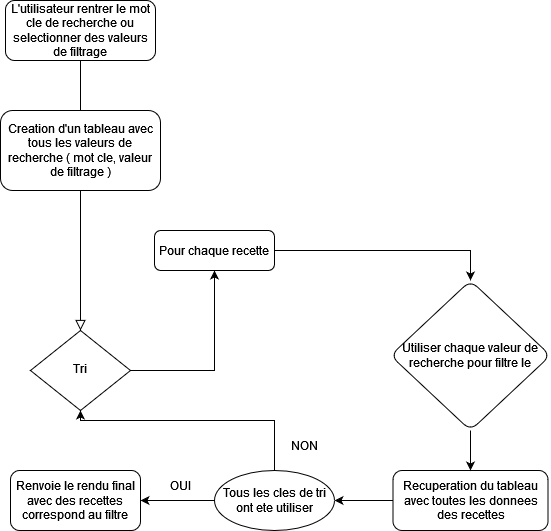
Above: flow_chart_option2.drawio.png in JacquesN16/P7-Search-Algo (draw.io), before the change. Source tidied: cells renumbered, new cells last; positions are measured from the earlier drawing's top-left corner, leaving out a move shared by most shapes.
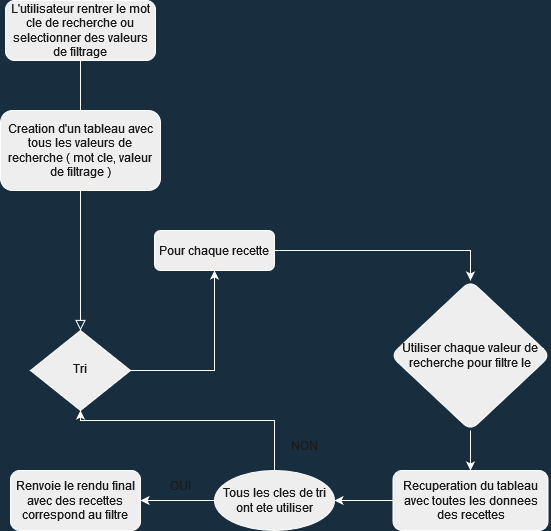
The same diagram one commit later.

Change to the diagram source:
```diff
@@ -1,47 +1,47 @@
-<mxGraphModel>
+<mxGraphModel background="#182E3E">
   <root>
     <mxCell id="0" />
     <mxCell id="1" parent="0" />
-    <mxCell id="2" style="rounded=0;html=1;jettySize=auto;fontSize=11;endArrow=block;endFill=0;endSize=8;strokeWidth=1;shadow=0;labelBackgroundColor=none;edgeStyle=orthogonalEdgeStyle;startArrow=none;" parent="1" edge="1" source="10" target="5">
+    <mxCell id="2" style="rounded=0;html=1;jettySize=auto;fontSize=11;endArrow=block;endFill=0;endSize=8;strokeWidth=1;shadow=0;labelBackgroundColor=none;edgeStyle=orthogonalEdgeStyle;startArrow=none;strokeColor=#FFFFFF;fontColor=#FFFFFF;" parent="1" edge="1" source="10" target="5">
       <mxGeometry relative="1" as="geometry" />
     </mxCell>
-    <mxCell id="3" value="L'utilisateur rentrer le mot cle de recherche ou selectionner des valeurs de filtrage" style="rounded=1;whiteSpace=wrap;html=1;fontSize=12;glass=0;strokeWidth=1;shadow=0;" parent="1" vertex="1">
+    <mxCell id="3" value="L'utilisateur rentrer le mot cle de recherche ou selectionner des valeurs de filtrage" style="rounded=1;whiteSpace=wrap;html=1;fontSize=12;glass=0;strokeWidth=1;shadow=0;fillColor=#EEEEEE;strokeColor=#FFFFFF;fontColor=#1A1A1A;" parent="1" vertex="1">
       <mxGeometry x="5" width="150" height="60" as="geometry" />
     </mxCell>
-    <mxCell id="4" style="edgeStyle=orthogonalEdgeStyle;rounded=0;jettySize=auto;html=1;" parent="1" edge="1" source="5" target="7">
+    <mxCell id="4" style="edgeStyle=orthogonalEdgeStyle;rounded=0;jettySize=auto;html=1;strokeColor=#FFFFFF;fontColor=#FFFFFF;labelBackgroundColor=#182E3E;" parent="1" edge="1" source="5" target="7">
       <mxGeometry relative="1" as="geometry" />
     </mxCell>
-    <mxCell id="5" value="Tri" style="rhombus;whiteSpace=wrap;html=1;shadow=0;fontFamily=Helvetica;fontSize=12;align=center;strokeWidth=1;spacing=6;spacingTop=-4;" parent="1" vertex="1">
+    <mxCell id="5" value="Tri" style="rhombus;whiteSpace=wrap;html=1;shadow=0;fontFamily=Helvetica;fontSize=12;align=center;strokeWidth=1;spacing=6;spacingTop=-4;fillColor=#EEEEEE;strokeColor=#FFFFFF;fontColor=#1A1A1A;" parent="1" vertex="1">
       <mxGeometry x="30" y="330" width="100" height="80" as="geometry" />
     </mxCell>
-    <mxCell id="6" style="edgeStyle=orthogonalEdgeStyle;rounded=0;jettySize=auto;html=1;" parent="1" edge="1" source="7" target="13">
+    <mxCell id="6" style="edgeStyle=orthogonalEdgeStyle;rounded=0;jettySize=auto;html=1;strokeColor=#FFFFFF;fontColor=#FFFFFF;labelBackgroundColor=#182E3E;" parent="1" edge="1" source="7" target="13">
       <mxGeometry relative="1" as="geometry" />
     </mxCell>
-    <mxCell id="7" value="Pour chaque recette" style="rounded=1;whiteSpace=wrap;html=1;fontSize=12;glass=0;strokeWidth=1;shadow=0;" parent="1" vertex="1">
+    <mxCell id="7" value="Pour chaque recette" style="rounded=1;whiteSpace=wrap;html=1;fontSize=12;glass=0;strokeWidth=1;shadow=0;fillColor=#EEEEEE;strokeColor=#FFFFFF;fontColor=#1A1A1A;" parent="1" vertex="1">
       <mxGeometry x="154" y="230" width="120" height="40" as="geometry" />
     </mxCell>
-    <mxCell id="8" style="edgeStyle=orthogonalEdgeStyle;rounded=0;jettySize=auto;html=1;" parent="1" edge="1" source="9" target="16">
+    <mxCell id="8" style="edgeStyle=orthogonalEdgeStyle;rounded=0;jettySize=auto;html=1;strokeColor=#FFFFFF;fontColor=#FFFFFF;labelBackgroundColor=#182E3E;" parent="1" edge="1" source="9" target="16">
       <mxGeometry relative="1" as="geometry" />
     </mxCell>
-    <mxCell id="9" value="Recuperation du tableau avec toutes les donnees des recettes" style="rounded=1;whiteSpace=wrap;html=1;" parent="1" vertex="1">
+    <mxCell id="9" value="Recuperation du tableau avec toutes les donnees des recettes" style="rounded=1;whiteSpace=wrap;html=1;fillColor=#EEEEEE;strokeColor=#FFFFFF;fontColor=#1A1A1A;" parent="1" vertex="1">
       <mxGeometry x="392.5" y="470" width="155" height="60" as="geometry" />
     </mxCell>
-    <mxCell id="10" value="Creation d'un tableau avec tous les valeurs de recherche ( mot cle, valeur de filtrage )" style="rounded=1;whiteSpace=wrap;html=1;" parent="1" vertex="1">
+    <mxCell id="10" value="Creation d'un tableau avec tous les valeurs de recherche ( mot cle, valeur de filtrage )" style="rounded=1;whiteSpace=wrap;html=1;fillColor=#EEEEEE;strokeColor=#FFFFFF;fontColor=#1A1A1A;" parent="1" vertex="1">
       <mxGeometry y="110" width="160" height="80" as="geometry" />
     </mxCell>
-    <mxCell id="11" style="rounded=0;html=1;jettySize=auto;fontSize=11;endArrow=none;endFill=0;endSize=8;strokeWidth=1;shadow=0;labelBackgroundColor=none;edgeStyle=orthogonalEdgeStyle;" parent="1" edge="1" source="3" target="10">
+    <mxCell id="11" style="rounded=0;html=1;jettySize=auto;fontSize=11;endArrow=none;endFill=0;endSize=8;strokeWidth=1;shadow=0;labelBackgroundColor=none;edgeStyle=orthogonalEdgeStyle;strokeColor=#FFFFFF;fontColor=#FFFFFF;" parent="1" edge="1" source="3" target="10">
       <mxGeometry relative="1" as="geometry" />
     </mxCell>
-    <mxCell id="12" style="edgeStyle=orthogonalEdgeStyle;rounded=0;jettySize=auto;html=1;" parent="1" edge="1" source="13" target="9">
+    <mxCell id="12" style="edgeStyle=orthogonalEdgeStyle;rounded=0;jettySize=auto;html=1;strokeColor=#FFFFFF;fontColor=#FFFFFF;labelBackgroundColor=#182E3E;" parent="1" edge="1" source="13" target="9">
       <mxGeometry relative="1" as="geometry" />
     </mxCell>
-    <mxCell id="13" value="Utiliser chaque valeur de recherche pour filtre le " style="rhombus;whiteSpace=wrap;html=1;rounded=1;glass=0;strokeWidth=1;shadow=0;" parent="1" vertex="1">
+    <mxCell id="13" value="Utiliser chaque valeur de recherche pour filtre le " style="rhombus;whiteSpace=wrap;html=1;rounded=1;glass=0;strokeWidth=1;shadow=0;fillColor=#EEEEEE;strokeColor=#FFFFFF;fontColor=#1A1A1A;" parent="1" vertex="1">
       <mxGeometry x="390" y="280" width="160" height="150" as="geometry" />
     </mxCell>
-    <mxCell id="14" style="edgeStyle=orthogonalEdgeStyle;rounded=0;jettySize=auto;html=1;" parent="1" edge="1" source="16" target="17">
+    <mxCell id="14" style="edgeStyle=orthogonalEdgeStyle;rounded=0;jettySize=auto;html=1;strokeColor=#FFFFFF;fontColor=#FFFFFF;labelBackgroundColor=#182E3E;" parent="1" edge="1" source="16" target="17">
       <mxGeometry relative="1" as="geometry" />
     </mxCell>
-    <mxCell id="15" style="edgeStyle=orthogonalEdgeStyle;rounded=0;jettySize=auto;html=1;entryX=0.5;entryY=1;entryDx=0;entryDy=0;" parent="1" edge="1" source="16" target="5">
+    <mxCell id="15" style="edgeStyle=orthogonalEdgeStyle;rounded=0;jettySize=auto;html=1;entryX=0.5;entryY=1;entryDx=0;entryDy=0;strokeColor=#FFFFFF;fontColor=#FFFFFF;labelBackgroundColor=#182E3E;" parent="1" edge="1" source="16" target="5">
       <mxGeometry relative="1" as="geometry">
         <Array as="points">
           <mxPoint x="274" y="420" />
@@ -49,16 +49,16 @@
         </Array>
       </mxGeometry>
     </mxCell>
-    <mxCell id="16" value="Tous les cles de tri ont ete utiliser" style="ellipse;whiteSpace=wrap;html=1;rounded=1;" parent="1" vertex="1">
+    <mxCell id="16" value="Tous les cles de tri ont ete utiliser" style="ellipse;whiteSpace=wrap;html=1;rounded=1;fillColor=#EEEEEE;strokeColor=#FFFFFF;fontColor=#1A1A1A;" parent="1" vertex="1">
       <mxGeometry x="214" y="470" width="120" height="60" as="geometry" />
     </mxCell>
-    <mxCell id="17" value="Renvoie le rendu final avec des recettes correspond au filtre" style="whiteSpace=wrap;html=1;rounded=1;" parent="1" vertex="1">
+    <mxCell id="17" value="Renvoie le rendu final avec des recettes correspond au filtre" style="whiteSpace=wrap;html=1;rounded=1;fillColor=#EEEEEE;strokeColor=#FFFFFF;fontColor=#1A1A1A;" parent="1" vertex="1">
       <mxGeometry x="10" y="470" width="130" height="60" as="geometry" />
     </mxCell>
-    <mxCell id="18" value="OUI" style="text;html=1;strokeColor=none;fillColor=none;align=center;verticalAlign=middle;whiteSpace=wrap;rounded=0;" parent="1" vertex="1">
+    <mxCell id="18" value="OUI" style="text;html=1;strokeColor=none;fillColor=none;align=center;verticalAlign=middle;whiteSpace=wrap;rounded=0;fontColor=#1A1A1A;" parent="1" vertex="1">
       <mxGeometry x="150" y="470" width="60" height="30" as="geometry" />
     </mxCell>
-    <mxCell id="19" value="NON" style="text;html=1;strokeColor=none;fillColor=none;align=center;verticalAlign=middle;whiteSpace=wrap;rounded=0;" parent="1" vertex="1">
+    <mxCell id="19" value="NON" style="text;html=1;strokeColor=none;fillColor=none;align=center;verticalAlign=middle;whiteSpace=wrap;rounded=0;fontColor=#1A1A1A;" parent="1" vertex="1">
       <mxGeometry x="274" y="430" width="60" height="30" as="geometry" />
     </mxCell>
   </root>
```
